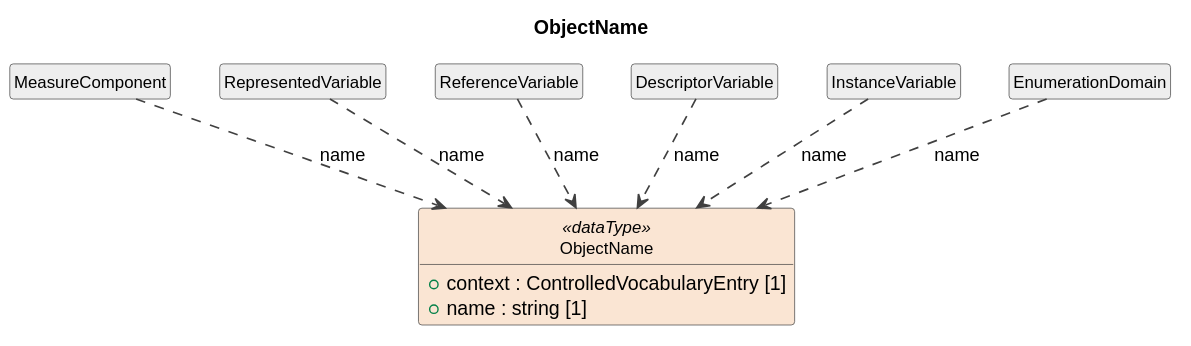
The PlantUML diagram build/plantuml/cdifDataStructure/DataTypes/ObjectName.svg in Cross-Domain-Interoperability-Framework/metadataBuildingBlocks, before a commit. The source it was exported from:
```plantuml
@startuml
title ObjectName
hide circle
hide empty members
skinparam shadowing false
skinparam ArrowThickness 1.2
skinparam class {
  ArrowColor #404040
  BorderColor #404040
  FontSize 12
}

class "ObjectName" as ObjectName <<dataType>> #FAE5D3 {
  +context : ControlledVocabularyEntry [1]
  +name : string [1]
}
class "MeasureComponent" as MeasureComponent #EEEEEE
MeasureComponent ..> ObjectName : name
class "RepresentedVariable" as RepresentedVariable #EEEEEE
RepresentedVariable ..> ObjectName : name
class "ReferenceVariable" as ReferenceVariable #EEEEEE
ReferenceVariable ..> ObjectName : name
class "DescriptorVariable" as DescriptorVariable #EEEEEE
DescriptorVariable ..> ObjectName : name
class "InstanceVariable" as InstanceVariable #EEEEEE
InstanceVariable ..> ObjectName : name
class "EnumerationDomain" as EnumerationDomain #EEEEEE
EnumerationDomain ..> ObjectName : name
@enduml
```
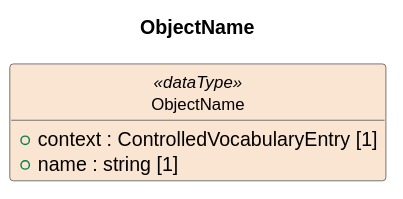
The same diagram one commit later.

What changed in the source:
```diff
@@ -14,16 +14,4 @@
   +context : ControlledVocabularyEntry [1]
   +name : string [1]
 }
-class "MeasureComponent" as MeasureComponent #EEEEEE
-MeasureComponent ..> ObjectName : name
-class "RepresentedVariable" as RepresentedVariable #EEEEEE
-RepresentedVariable ..> ObjectName : name
-class "ReferenceVariable" as ReferenceVariable #EEEEEE
-ReferenceVariable ..> ObjectName : name
-class "DescriptorVariable" as DescriptorVariable #EEEEEE
-DescriptorVariable ..> ObjectName : name
-class "InstanceVariable" as InstanceVariable #EEEEEE
-InstanceVariable ..> ObjectName : name
-class "EnumerationDomain" as EnumerationDomain #EEEEEE
-EnumerationDomain ..> ObjectName : name
 @enduml
```
